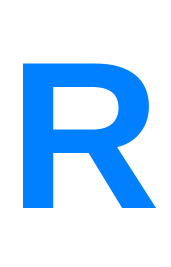
Before: assets/images/site/r.svg, a diagram exported from draw.io (mikependon/RepoDB.NET). Source tidied: cells renumbered, new cells last; positions are measured from the earlier drawing's top-left corner, leaving out a move shared by most shapes.
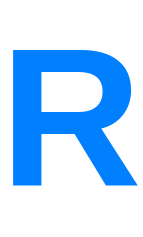
Above is the later version.

Change to the diagram source:
```diff
@@ -2,8 +2,8 @@
   <root>
     <mxCell id="0" />
     <mxCell id="1" parent="0" />
-    <mxCell id="2" value="&lt;span style=&quot;font-size: 150px; font-style: normal; letter-spacing: normal; text-indent: 0px; text-transform: none; word-spacing: 0px; display: inline; float: none;&quot;&gt;R&lt;/span&gt;" style="text;html=1;fontSize=150;align=center;labelBackgroundColor=none;fontFamily=Helvetica;fontStyle=1;fontColor=#007FFF;" parent="1" vertex="1">
-      <mxGeometry width="120" height="190" as="geometry" />
+    <mxCell id="2" value="&lt;span style=&quot;font-size: 140px; font-style: normal; letter-spacing: normal; text-indent: 0px; text-transform: none; word-spacing: 0px; display: inline; float: none;&quot;&gt;R&lt;/span&gt;" style="text;html=1;fontSize=140;align=center;labelBackgroundColor=none;fontFamily=Helvetica;fontStyle=1;fontColor=#007FFF;labelPosition=center;verticalLabelPosition=middle;verticalAlign=middle;" parent="1" vertex="1">
+      <mxGeometry width="57.9" height="91.7" as="geometry" />
     </mxCell>
   </root>
 </mxGraphModel>
```
